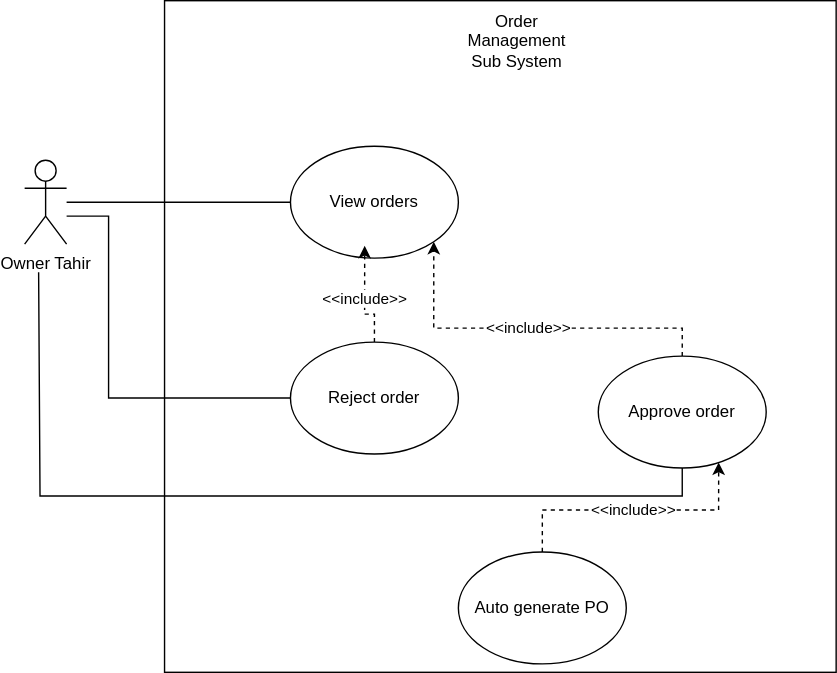
Above: order.svg in Simamkele88/IFM3_GP (draw.io), before the change. Source tidied: cells renumbered, new cells last; positions are measured from the earlier drawing's top-left corner, leaving out a move shared by most shapes.
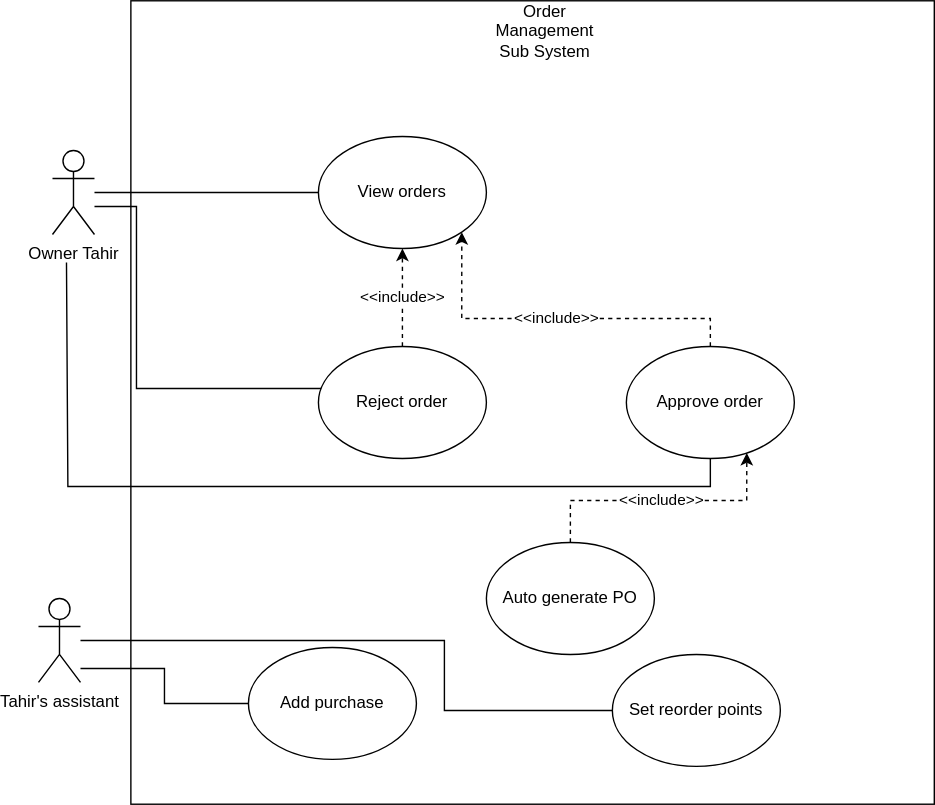
Later version of the same file.

Diff of the diagram source:
```diff
@@ -3,7 +3,7 @@
     <mxCell id="0" />
     <mxCell id="1" parent="0" />
     <mxCell id="2" style="whiteSpace=wrap;html=1;" parent="1" vertex="1">
-      <mxGeometry x="100" width="480" height="480" as="geometry" />
+      <mxGeometry x="56" y="7" width="574" height="574" as="geometry" />
     </mxCell>
     <mxCell id="3" value="View orders" style="ellipse;whiteSpace=wrap;html=1;" parent="1" vertex="1">
       <mxGeometry x="190" y="104" width="120" height="80" as="geometry" />
@@ -16,8 +16,11 @@
         </Array>
       </mxGeometry>
     </mxCell>
+    <mxCell id="13" value="&amp;lt;&amp;lt;include&amp;gt;&amp;gt;" style="edgeStyle=orthogonalEdgeStyle;rounded=0;jettySize=auto;html=1;dashed=1;" parent="1" edge="1" source="5" target="3">
+      <mxGeometry relative="1" as="geometry" />
+    </mxCell>
     <mxCell id="5" value="Reject order" style="ellipse;whiteSpace=wrap;html=1;" parent="1" vertex="1">
-      <mxGeometry x="190" y="244" width="120" height="80" as="geometry" />
+      <mxGeometry x="190" y="254" width="120" height="80" as="geometry" />
     </mxCell>
     <mxCell id="6" value="&amp;lt;&amp;lt;include&amp;gt;&amp;gt;" style="edgeStyle=orthogonalEdgeStyle;rounded=0;jettySize=auto;html=1;exitX=0.5;exitY=0;exitDx=0;exitDy=0;entryX=1;entryY=1;entryDx=0;entryDy=0;dashed=1;" parent="1" edge="1" source="8" target="3">
       <mxGeometry relative="1" as="geometry">
@@ -51,11 +54,33 @@
     <mxCell id="12" value="Owner Tahir" style="shape=umlActor;verticalLabelPosition=bottom;verticalAlign=top;html=1;outlineConnect=0;" parent="1" vertex="1">
       <mxGeometry y="114" width="30" height="60" as="geometry" />
     </mxCell>
-    <mxCell id="13" value="&amp;lt;&amp;lt;include&amp;gt;&amp;gt;" style="edgeStyle=orthogonalEdgeStyle;rounded=0;jettySize=auto;html=1;entryX=0.298;entryY=0.365;entryDx=0;entryDy=0;entryPerimeter=0;dashed=1;" parent="1" edge="1" source="5" target="2">
-      <mxGeometry relative="1" as="geometry" />
-    </mxCell>
     <mxCell id="14" value="&amp;lt;&amp;lt;include&amp;gt;&amp;gt;" style="edgeStyle=orthogonalEdgeStyle;rounded=0;jettySize=auto;html=1;entryX=0.717;entryY=0.95;entryDx=0;entryDy=0;entryPerimeter=0;dashed=1;" parent="1" edge="1" source="9" target="8">
       <mxGeometry relative="1" as="geometry" />
     </mxCell>
+    <mxCell id="15" style="edgeStyle=orthogonalEdgeStyle;rounded=0;jettySize=auto;html=1;entryX=0;entryY=0.5;entryDx=0;entryDy=0;endArrow=none;startFill=0;" parent="1" edge="1" source="17" target="19">
+      <mxGeometry relative="1" as="geometry">
+        <Array as="points">
+          <mxPoint x="280" y="464" />
+          <mxPoint x="280" y="514" />
+        </Array>
+      </mxGeometry>
+    </mxCell>
+    <mxCell id="16" style="edgeStyle=orthogonalEdgeStyle;rounded=0;jettySize=auto;html=1;entryX=0;entryY=0.5;entryDx=0;entryDy=0;endArrow=none;startFill=0;" parent="1" edge="1" source="17" target="18">
+      <mxGeometry relative="1" as="geometry">
+        <Array as="points">
+          <mxPoint x="80" y="484" />
+          <mxPoint x="80" y="509" />
+        </Array>
+      </mxGeometry>
+    </mxCell>
+    <mxCell id="17" value="Tahir's assistant" style="shape=umlActor;verticalLabelPosition=bottom;verticalAlign=top;html=1;outlineConnect=0;" parent="1" vertex="1">
+      <mxGeometry x="-10" y="434" width="30" height="60" as="geometry" />
+    </mxCell>
+    <mxCell id="18" value="Add purchase" style="ellipse;whiteSpace=wrap;html=1;" parent="1" vertex="1">
+      <mxGeometry x="140" y="469" width="120" height="80" as="geometry" />
+    </mxCell>
+    <mxCell id="19" value="Set reorder points" style="ellipse;whiteSpace=wrap;html=1;" parent="1" vertex="1">
+      <mxGeometry x="400" y="474" width="120" height="80" as="geometry" />
+    </mxCell>
   </root>
 </mxGraphModel>
```
